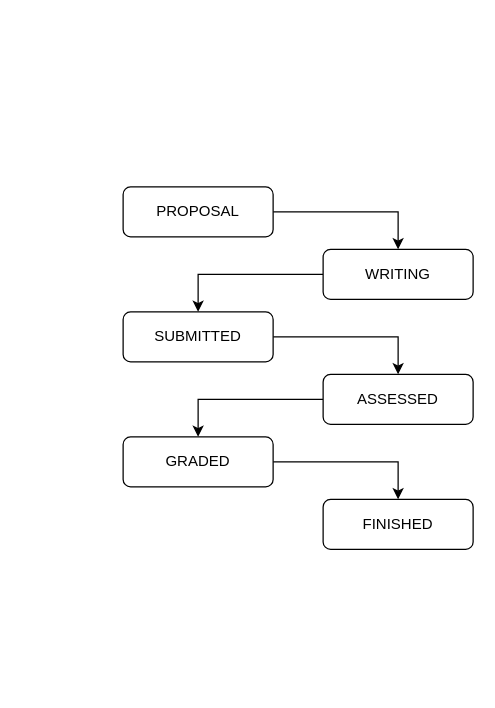
This is proposal/thesis-states.drawio from fabian-emilius/bachelor-thesis-charts, a draw.io file, before an edit. Source tidied: cells renumbered, new cells numbered last; positions are measured from the earlier drawing's top-left corner, leaving out a move shared by most shapes. Both pictures are drawn from the tidied source at 125%, with x=0, y=0 at pixel (122, 186).
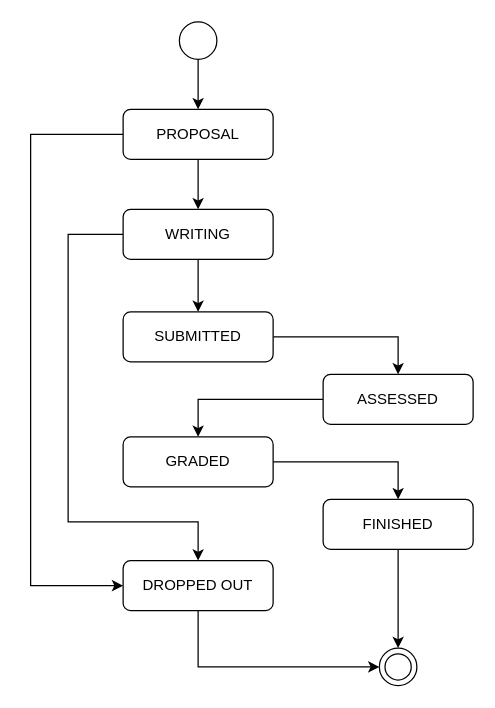
After the change.

Unchanged cells that the change refers to:
```xml
<mxCell id="7" value="SUBMITTED" style="rounded=1;whiteSpace=wrap;html=1;fontSize=12;glass=0;strokeWidth=1;shadow=0;" parent="1" vertex="1">
  <mxGeometry y="100" width="120" height="40" as="geometry" />
</mxCell>
<mxCell id="12" value="FINISHED" style="rounded=1;whiteSpace=wrap;html=1;fontSize=12;glass=0;strokeWidth=1;shadow=0;" parent="1" vertex="1">
  <mxGeometry x="160" y="250" width="120" height="40" as="geometry" />
</mxCell>
```

Change to the diagram source:
```diff
@@
-    <mxCell id="2" style="edgeStyle=orthogonalEdgeStyle;rounded=0;jettySize=auto;html=1;exitX=1;exitY=0.5;exitDx=0;exitDy=0;entryX=0.5;entryY=0;entryDx=0;entryDy=0;" parent="1" edge="1" source="3" target="5">
+    <mxCell id="2" style="edgeStyle=orthogonalEdgeStyle;rounded=0;jettySize=auto;html=1;exitX=0.5;exitY=1;exitDx=0;exitDy=0;entryX=0.5;entryY=0;entryDx=0;entryDy=0;" parent="1" edge="1" source="3" target="5">
       <mxGeometry relative="1" as="geometry" />
     </mxCell>
+    <mxCell id="13" style="edgeStyle=orthogonalEdgeStyle;rounded=0;jettySize=auto;html=1;exitX=0;exitY=0.5;exitDx=0;exitDy=0;entryX=0;entryY=0.5;entryDx=0;entryDy=0;" parent="1" edge="1" source="3" target="20">
+      <mxGeometry relative="1" as="geometry">
+        <Array as="points">
+          <mxPoint x="-74" y="-42" />
+          <mxPoint x="-74" y="319" />
+        </Array>
+      </mxGeometry>
+    </mxCell>
     <mxCell id="3" value="PROPOSAL" style="rounded=1;whiteSpace=wrap;html=1;fontSize=12;glass=0;strokeWidth=1;shadow=0;" parent="1" vertex="1">
-      <mxGeometry width="120" height="40" as="geometry" />
+      <mxGeometry y="-62" width="120" height="40" as="geometry" />
     </mxCell>
-    <mxCell id="4" style="edgeStyle=orthogonalEdgeStyle;rounded=0;jettySize=auto;html=1;exitX=0;exitY=0.5;exitDx=0;exitDy=0;entryX=0.5;entryY=0;entryDx=0;entryDy=0;" parent="1" edge="1" source="5" target="7">
+    <mxCell id="4" style="edgeStyle=orthogonalEdgeStyle;rounded=0;jettySize=auto;html=1;exitX=0.5;exitY=1;exitDx=0;exitDy=0;entryX=0.5;entryY=0;entryDx=0;entryDy=0;" parent="1" edge="1" source="5" target="7">
       <mxGeometry relative="1" as="geometry" />
     </mxCell>
+    <mxCell id="14" style="edgeStyle=orthogonalEdgeStyle;rounded=0;jettySize=auto;html=1;exitX=0;exitY=0.5;exitDx=0;exitDy=0;entryX=0.5;entryY=0;entryDx=0;entryDy=0;" parent="1" edge="1" source="5" target="20">
+      <mxGeometry relative="1" as="geometry">
+        <Array as="points">
+          <mxPoint x="-44" y="38" />
+          <mxPoint x="-44" y="268" />
+          <mxPoint x="60" y="268" />
+        </Array>
+      </mxGeometry>
+    </mxCell>
     <mxCell id="5" value="WRITING" style="rounded=1;whiteSpace=wrap;html=1;fontSize=12;glass=0;strokeWidth=1;shadow=0;" parent="1" vertex="1">
-      <mxGeometry x="160" y="50" width="120" height="40" as="geometry" />
+      <mxGeometry y="18" width="120" height="40" as="geometry" />
     </mxCell>
@@
+    <mxCell id="15" style="edgeStyle=orthogonalEdgeStyle;rounded=0;jettySize=auto;html=1;" parent="1" edge="1" source="12" target="16">
+      <mxGeometry relative="1" as="geometry" />
+    </mxCell>
@@
+    <mxCell id="16" style="ellipse;whiteSpace=wrap;html=1;rounded=1;glass=0;strokeWidth=1;shadow=0;" parent="1" vertex="1">
+      <mxGeometry x="205" y="369" width="30" height="30" as="geometry" />
+    </mxCell>
+    <mxCell id="17" style="edgeStyle=orthogonalEdgeStyle;rounded=0;jettySize=auto;html=1;exitX=0.5;exitY=1;exitDx=0;exitDy=0;entryX=0.5;entryY=0;entryDx=0;entryDy=0;" parent="1" edge="1" source="18" target="3">
+      <mxGeometry relative="1" as="geometry" />
+    </mxCell>
+    <mxCell id="18" style="ellipse;whiteSpace=wrap;html=1;rounded=1;glass=0;strokeWidth=1;shadow=0;" parent="1" vertex="1">
+      <mxGeometry x="45" y="-132" width="30" height="30" as="geometry" />
+    </mxCell>
+    <mxCell id="19" style="edgeStyle=orthogonalEdgeStyle;rounded=0;jettySize=auto;html=1;exitX=0.5;exitY=1;exitDx=0;exitDy=0;entryX=0;entryY=0.5;entryDx=0;entryDy=0;" parent="1" edge="1" source="20" target="16">
+      <mxGeometry relative="1" as="geometry" />
+    </mxCell>
+    <mxCell id="20" value="DROPPED OUT" style="rounded=1;whiteSpace=wrap;html=1;fontSize=12;glass=0;strokeWidth=1;shadow=0;" parent="1" vertex="1">
+      <mxGeometry y="299" width="120" height="40" as="geometry" />
+    </mxCell>
+    <mxCell id="21" style="ellipse;whiteSpace=wrap;html=1;rounded=1;glass=0;strokeWidth=1;shadow=0;" parent="1" vertex="1">
+      <mxGeometry x="209.5" y="373.5" width="21" height="21" as="geometry" />
+    </mxCell>
```
